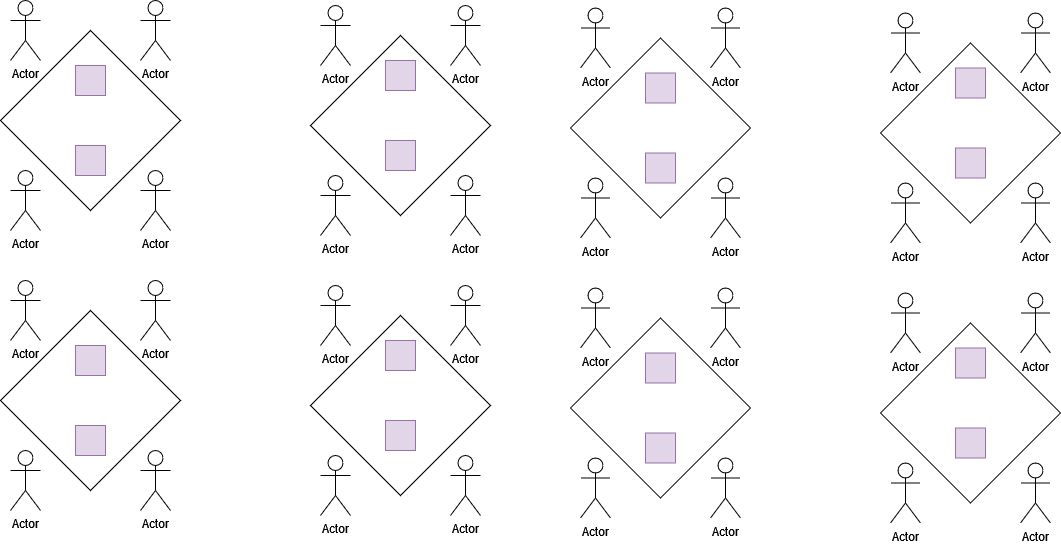
The draw.io diagram venue.drawio.png in Zerofundies/drawio, before a commit. Source tidied: cells renumbered, new cells last; positions are measured from the earlier drawing's top-left corner, leaving out a move shared by most shapes. Its diagram source:
```xml
<mxGraphModel>
  <root>
    <mxCell id="0" />
    <mxCell id="1" parent="0" />
    <mxCell id="2" style="rhombus;whiteSpace=wrap;html=1;" parent="1" vertex="1">
      <mxGeometry y="30" width="180" height="180" as="geometry" />
    </mxCell>
    <mxCell id="3" value="Actor" style="shape=umlActor;verticalLabelPosition=bottom;verticalAlign=top;html=1;" parent="1" vertex="1">
      <mxGeometry x="140" width="30" height="60" as="geometry" />
    </mxCell>
    <mxCell id="4" value="Actor" style="shape=umlActor;verticalLabelPosition=bottom;verticalAlign=top;html=1;" parent="1" vertex="1">
      <mxGeometry x="10" width="30" height="60" as="geometry" />
    </mxCell>
    <mxCell id="5" value="Actor" style="shape=umlActor;verticalLabelPosition=bottom;verticalAlign=top;html=1;" parent="1" vertex="1">
      <mxGeometry x="10" y="170" width="30" height="60" as="geometry" />
    </mxCell>
    <mxCell id="6" value="Actor" style="shape=umlActor;verticalLabelPosition=bottom;verticalAlign=top;html=1;" parent="1" vertex="1">
      <mxGeometry x="140" y="170" width="30" height="60" as="geometry" />
    </mxCell>
    <mxCell id="7" style="rhombus;whiteSpace=wrap;html=1;" parent="1" vertex="1">
      <mxGeometry x="310" y="35" width="180" height="180" as="geometry" />
    </mxCell>
    <mxCell id="8" value="Actor" style="shape=umlActor;verticalLabelPosition=bottom;verticalAlign=top;html=1;" parent="1" vertex="1">
      <mxGeometry x="450" y="5" width="30" height="60" as="geometry" />
    </mxCell>
    <mxCell id="9" value="Actor" style="shape=umlActor;verticalLabelPosition=bottom;verticalAlign=top;html=1;" parent="1" vertex="1">
      <mxGeometry x="320" y="5" width="30" height="60" as="geometry" />
    </mxCell>
    <mxCell id="10" value="Actor" style="shape=umlActor;verticalLabelPosition=bottom;verticalAlign=top;html=1;" parent="1" vertex="1">
      <mxGeometry x="320" y="175" width="30" height="60" as="geometry" />
    </mxCell>
    <mxCell id="11" value="Actor" style="shape=umlActor;verticalLabelPosition=bottom;verticalAlign=top;html=1;" parent="1" vertex="1">
      <mxGeometry x="450" y="175" width="30" height="60" as="geometry" />
    </mxCell>
    <mxCell id="12" style="whiteSpace=wrap;html=1;fillColor=#e1d5e7;strokeColor=#9673a6;" parent="1" vertex="1">
      <mxGeometry x="75" y="65" width="30" height="30" as="geometry" />
    </mxCell>
    <mxCell id="13" style="whiteSpace=wrap;html=1;fillColor=#e1d5e7;strokeColor=#9673a6;" parent="1" vertex="1">
      <mxGeometry x="75" y="145" width="30" height="30" as="geometry" />
    </mxCell>
    <mxCell id="14" style="whiteSpace=wrap;html=1;fillColor=#e1d5e7;strokeColor=#9673a6;" parent="1" vertex="1">
      <mxGeometry x="385" y="140" width="30" height="30" as="geometry" />
    </mxCell>
    <mxCell id="15" style="whiteSpace=wrap;html=1;fillColor=#e1d5e7;strokeColor=#9673a6;" parent="1" vertex="1">
      <mxGeometry x="385" y="60" width="30" height="30" as="geometry" />
    </mxCell>
    <mxCell id="16" style="rhombus;whiteSpace=wrap;html=1;" parent="1" vertex="1">
      <mxGeometry x="570" y="37.5" width="180" height="180" as="geometry" />
    </mxCell>
    <mxCell id="17" value="Actor" style="shape=umlActor;verticalLabelPosition=bottom;verticalAlign=top;html=1;" parent="1" vertex="1">
      <mxGeometry x="710" y="7.5" width="30" height="60" as="geometry" />
    </mxCell>
    <mxCell id="18" value="Actor" style="shape=umlActor;verticalLabelPosition=bottom;verticalAlign=top;html=1;" parent="1" vertex="1">
      <mxGeometry x="580" y="7.5" width="30" height="60" as="geometry" />
    </mxCell>
    <mxCell id="19" value="Actor" style="shape=umlActor;verticalLabelPosition=bottom;verticalAlign=top;html=1;" parent="1" vertex="1">
      <mxGeometry x="580" y="177.5" width="30" height="60" as="geometry" />
    </mxCell>
    <mxCell id="20" value="Actor" style="shape=umlActor;verticalLabelPosition=bottom;verticalAlign=top;html=1;" parent="1" vertex="1">
      <mxGeometry x="710" y="177.5" width="30" height="60" as="geometry" />
    </mxCell>
    <mxCell id="21" style="rhombus;whiteSpace=wrap;html=1;" parent="1" vertex="1">
      <mxGeometry x="880" y="42.5" width="180" height="180" as="geometry" />
    </mxCell>
    <mxCell id="22" value="Actor" style="shape=umlActor;verticalLabelPosition=bottom;verticalAlign=top;html=1;" parent="1" vertex="1">
      <mxGeometry x="1020" y="12.5" width="30" height="60" as="geometry" />
    </mxCell>
    <mxCell id="23" value="Actor" style="shape=umlActor;verticalLabelPosition=bottom;verticalAlign=top;html=1;" parent="1" vertex="1">
      <mxGeometry x="890" y="12.5" width="30" height="60" as="geometry" />
    </mxCell>
    <mxCell id="24" value="Actor" style="shape=umlActor;verticalLabelPosition=bottom;verticalAlign=top;html=1;" parent="1" vertex="1">
      <mxGeometry x="890" y="182.5" width="30" height="60" as="geometry" />
    </mxCell>
    <mxCell id="25" value="Actor" style="shape=umlActor;verticalLabelPosition=bottom;verticalAlign=top;html=1;" parent="1" vertex="1">
      <mxGeometry x="1020" y="182.5" width="30" height="60" as="geometry" />
    </mxCell>
    <mxCell id="26" style="whiteSpace=wrap;html=1;fillColor=#e1d5e7;strokeColor=#9673a6;" parent="1" vertex="1">
      <mxGeometry x="645" y="72.5" width="30" height="30" as="geometry" />
    </mxCell>
    <mxCell id="27" style="whiteSpace=wrap;html=1;fillColor=#e1d5e7;strokeColor=#9673a6;" parent="1" vertex="1">
      <mxGeometry x="645" y="152.5" width="30" height="30" as="geometry" />
    </mxCell>
    <mxCell id="28" style="whiteSpace=wrap;html=1;fillColor=#e1d5e7;strokeColor=#9673a6;" parent="1" vertex="1">
      <mxGeometry x="955" y="147.5" width="30" height="30" as="geometry" />
    </mxCell>
    <mxCell id="29" style="whiteSpace=wrap;html=1;fillColor=#e1d5e7;strokeColor=#9673a6;" parent="1" vertex="1">
      <mxGeometry x="955" y="67.5" width="30" height="30" as="geometry" />
    </mxCell>
    <mxCell id="30" style="rhombus;whiteSpace=wrap;html=1;" parent="1" vertex="1">
      <mxGeometry y="310" width="180" height="180" as="geometry" />
    </mxCell>
    <mxCell id="31" value="Actor" style="shape=umlActor;verticalLabelPosition=bottom;verticalAlign=top;html=1;" parent="1" vertex="1">
      <mxGeometry x="140" y="280" width="30" height="60" as="geometry" />
    </mxCell>
    <mxCell id="32" value="Actor" style="shape=umlActor;verticalLabelPosition=bottom;verticalAlign=top;html=1;" parent="1" vertex="1">
      <mxGeometry x="10" y="280" width="30" height="60" as="geometry" />
    </mxCell>
    <mxCell id="33" value="Actor" style="shape=umlActor;verticalLabelPosition=bottom;verticalAlign=top;html=1;" parent="1" vertex="1">
      <mxGeometry x="10" y="450" width="30" height="60" as="geometry" />
    </mxCell>
    <mxCell id="34" value="Actor" style="shape=umlActor;verticalLabelPosition=bottom;verticalAlign=top;html=1;" parent="1" vertex="1">
      <mxGeometry x="140" y="450" width="30" height="60" as="geometry" />
    </mxCell>
    <mxCell id="35" style="rhombus;whiteSpace=wrap;html=1;" parent="1" vertex="1">
      <mxGeometry x="310" y="315" width="180" height="180" as="geometry" />
    </mxCell>
    <mxCell id="36" value="Actor" style="shape=umlActor;verticalLabelPosition=bottom;verticalAlign=top;html=1;" parent="1" vertex="1">
      <mxGeometry x="450" y="285" width="30" height="60" as="geometry" />
    </mxCell>
    <mxCell id="37" value="Actor" style="shape=umlActor;verticalLabelPosition=bottom;verticalAlign=top;html=1;" parent="1" vertex="1">
      <mxGeometry x="320" y="285" width="30" height="60" as="geometry" />
    </mxCell>
    <mxCell id="38" value="Actor" style="shape=umlActor;verticalLabelPosition=bottom;verticalAlign=top;html=1;" parent="1" vertex="1">
      <mxGeometry x="320" y="455" width="30" height="60" as="geometry" />
    </mxCell>
    <mxCell id="39" value="Actor" style="shape=umlActor;verticalLabelPosition=bottom;verticalAlign=top;html=1;" parent="1" vertex="1">
      <mxGeometry x="450" y="455" width="30" height="60" as="geometry" />
    </mxCell>
    <mxCell id="40" style="whiteSpace=wrap;html=1;fillColor=#e1d5e7;strokeColor=#9673a6;" parent="1" vertex="1">
      <mxGeometry x="75" y="345" width="30" height="30" as="geometry" />
    </mxCell>
    <mxCell id="41" style="whiteSpace=wrap;html=1;fillColor=#e1d5e7;strokeColor=#9673a6;" parent="1" vertex="1">
      <mxGeometry x="75" y="425" width="30" height="30" as="geometry" />
    </mxCell>
    <mxCell id="42" style="whiteSpace=wrap;html=1;fillColor=#e1d5e7;strokeColor=#9673a6;" parent="1" vertex="1">
      <mxGeometry x="385" y="420" width="30" height="30" as="geometry" />
    </mxCell>
    <mxCell id="43" style="whiteSpace=wrap;html=1;fillColor=#e1d5e7;strokeColor=#9673a6;" parent="1" vertex="1">
      <mxGeometry x="385" y="340" width="30" height="30" as="geometry" />
    </mxCell>
    <mxCell id="44" style="rhombus;whiteSpace=wrap;html=1;" parent="1" vertex="1">
      <mxGeometry x="570" y="317.5" width="180" height="180" as="geometry" />
    </mxCell>
    <mxCell id="45" value="Actor" style="shape=umlActor;verticalLabelPosition=bottom;verticalAlign=top;html=1;" parent="1" vertex="1">
      <mxGeometry x="710" y="287.5" width="30" height="60" as="geometry" />
    </mxCell>
    <mxCell id="46" value="Actor" style="shape=umlActor;verticalLabelPosition=bottom;verticalAlign=top;html=1;" parent="1" vertex="1">
      <mxGeometry x="580" y="287.5" width="30" height="60" as="geometry" />
    </mxCell>
    <mxCell id="47" value="Actor" style="shape=umlActor;verticalLabelPosition=bottom;verticalAlign=top;html=1;" parent="1" vertex="1">
      <mxGeometry x="580" y="457.5" width="30" height="60" as="geometry" />
    </mxCell>
    <mxCell id="48" value="Actor" style="shape=umlActor;verticalLabelPosition=bottom;verticalAlign=top;html=1;" parent="1" vertex="1">
      <mxGeometry x="710" y="457.5" width="30" height="60" as="geometry" />
    </mxCell>
    <mxCell id="49" style="rhombus;whiteSpace=wrap;html=1;" parent="1" vertex="1">
      <mxGeometry x="880" y="322.5" width="180" height="180" as="geometry" />
    </mxCell>
    <mxCell id="50" value="Actor" style="shape=umlActor;verticalLabelPosition=bottom;verticalAlign=top;html=1;" parent="1" vertex="1">
      <mxGeometry x="1020" y="292.5" width="30" height="60" as="geometry" />
    </mxCell>
    <mxCell id="51" value="Actor" style="shape=umlActor;verticalLabelPosition=bottom;verticalAlign=top;html=1;" parent="1" vertex="1">
      <mxGeometry x="890" y="292.5" width="30" height="60" as="geometry" />
    </mxCell>
    <mxCell id="52" value="Actor" style="shape=umlActor;verticalLabelPosition=bottom;verticalAlign=top;html=1;" parent="1" vertex="1">
      <mxGeometry x="890" y="462.5" width="30" height="60" as="geometry" />
    </mxCell>
    <mxCell id="53" value="Actor" style="shape=umlActor;verticalLabelPosition=bottom;verticalAlign=top;html=1;" parent="1" vertex="1">
      <mxGeometry x="1020" y="462.5" width="30" height="60" as="geometry" />
    </mxCell>
    <mxCell id="54" style="whiteSpace=wrap;html=1;fillColor=#e1d5e7;strokeColor=#9673a6;" parent="1" vertex="1">
      <mxGeometry x="645" y="352.5" width="30" height="30" as="geometry" />
    </mxCell>
    <mxCell id="55" style="whiteSpace=wrap;html=1;fillColor=#e1d5e7;strokeColor=#9673a6;" parent="1" vertex="1">
      <mxGeometry x="645" y="432.5" width="30" height="30" as="geometry" />
    </mxCell>
    <mxCell id="56" style="whiteSpace=wrap;html=1;fillColor=#e1d5e7;strokeColor=#9673a6;" parent="1" vertex="1">
      <mxGeometry x="955" y="427.5" width="30" height="30" as="geometry" />
    </mxCell>
    <mxCell id="57" style="whiteSpace=wrap;html=1;fillColor=#e1d5e7;strokeColor=#9673a6;" parent="1" vertex="1">
      <mxGeometry x="955" y="347.5" width="30" height="30" as="geometry" />
    </mxCell>
  </root>
</mxGraphModel>
```
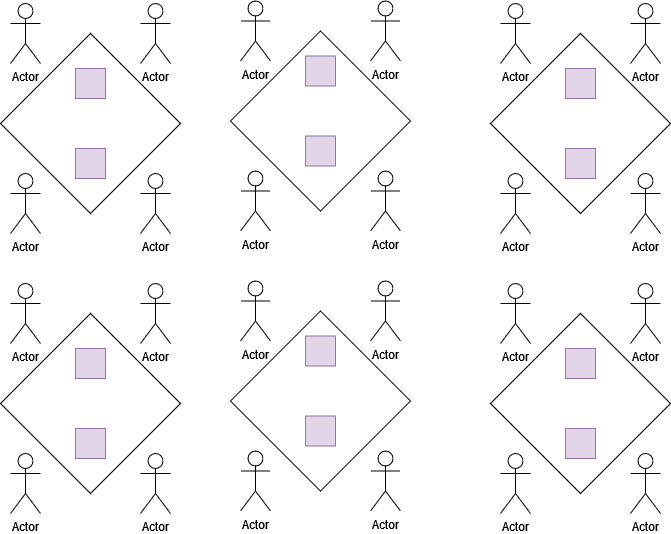
Above is the later version.

The edit, as a diff of the source:
```diff
@@ -3,19 +3,19 @@
     <mxCell id="0" />
     <mxCell id="1" parent="0" />
     <mxCell id="2" style="rhombus;whiteSpace=wrap;html=1;" parent="1" vertex="1">
-      <mxGeometry y="30" width="180" height="180" as="geometry" />
+      <mxGeometry x="80" y="37.5" width="180" height="180" as="geometry" />
     </mxCell>
     <mxCell id="3" value="Actor" style="shape=umlActor;verticalLabelPosition=bottom;verticalAlign=top;html=1;" parent="1" vertex="1">
-      <mxGeometry x="140" width="30" height="60" as="geometry" />
+      <mxGeometry x="220" y="7.5" width="30" height="60" as="geometry" />
     </mxCell>
     <mxCell id="4" value="Actor" style="shape=umlActor;verticalLabelPosition=bottom;verticalAlign=top;html=1;" parent="1" vertex="1">
-      <mxGeometry x="10" width="30" height="60" as="geometry" />
+      <mxGeometry x="90" y="7.5" width="30" height="60" as="geometry" />
     </mxCell>
     <mxCell id="5" value="Actor" style="shape=umlActor;verticalLabelPosition=bottom;verticalAlign=top;html=1;" parent="1" vertex="1">
-      <mxGeometry x="10" y="170" width="30" height="60" as="geometry" />
+      <mxGeometry x="90" y="177.5" width="30" height="60" as="geometry" />
     </mxCell>
     <mxCell id="6" value="Actor" style="shape=umlActor;verticalLabelPosition=bottom;verticalAlign=top;html=1;" parent="1" vertex="1">
-      <mxGeometry x="140" y="170" width="30" height="60" as="geometry" />
+      <mxGeometry x="220" y="177.5" width="30" height="60" as="geometry" />
     </mxCell>
     <mxCell id="7" style="rhombus;whiteSpace=wrap;html=1;" parent="1" vertex="1">
       <mxGeometry x="310" y="35" width="180" height="180" as="geometry" />
@@ -33,10 +33,10 @@
       <mxGeometry x="450" y="175" width="30" height="60" as="geometry" />
     </mxCell>
     <mxCell id="12" style="whiteSpace=wrap;html=1;fillColor=#e1d5e7;strokeColor=#9673a6;" parent="1" vertex="1">
-      <mxGeometry x="75" y="65" width="30" height="30" as="geometry" />
+      <mxGeometry x="155" y="72.5" width="30" height="30" as="geometry" />
     </mxCell>
     <mxCell id="13" style="whiteSpace=wrap;html=1;fillColor=#e1d5e7;strokeColor=#9673a6;" parent="1" vertex="1">
-      <mxGeometry x="75" y="145" width="30" height="30" as="geometry" />
+      <mxGeometry x="155" y="152.5" width="30" height="30" as="geometry" />
     </mxCell>
     <mxCell id="14" style="whiteSpace=wrap;html=1;fillColor=#e1d5e7;strokeColor=#9673a6;" parent="1" vertex="1">
       <mxGeometry x="385" y="140" width="30" height="30" as="geometry" />
@@ -59,47 +59,26 @@
     <mxCell id="20" value="Actor" style="shape=umlActor;verticalLabelPosition=bottom;verticalAlign=top;html=1;" parent="1" vertex="1">
       <mxGeometry x="710" y="177.5" width="30" height="60" as="geometry" />
     </mxCell>
-    <mxCell id="21" style="rhombus;whiteSpace=wrap;html=1;" parent="1" vertex="1">
-      <mxGeometry x="880" y="42.5" width="180" height="180" as="geometry" />
-    </mxCell>
-    <mxCell id="22" value="Actor" style="shape=umlActor;verticalLabelPosition=bottom;verticalAlign=top;html=1;" parent="1" vertex="1">
-      <mxGeometry x="1020" y="12.5" width="30" height="60" as="geometry" />
-    </mxCell>
-    <mxCell id="23" value="Actor" style="shape=umlActor;verticalLabelPosition=bottom;verticalAlign=top;html=1;" parent="1" vertex="1">
-      <mxGeometry x="890" y="12.5" width="30" height="60" as="geometry" />
-    </mxCell>
-    <mxCell id="24" value="Actor" style="shape=umlActor;verticalLabelPosition=bottom;verticalAlign=top;html=1;" parent="1" vertex="1">
-      <mxGeometry x="890" y="182.5" width="30" height="60" as="geometry" />
-    </mxCell>
-    <mxCell id="25" value="Actor" style="shape=umlActor;verticalLabelPosition=bottom;verticalAlign=top;html=1;" parent="1" vertex="1">
-      <mxGeometry x="1020" y="182.5" width="30" height="60" as="geometry" />
-    </mxCell>
     <mxCell id="26" style="whiteSpace=wrap;html=1;fillColor=#e1d5e7;strokeColor=#9673a6;" parent="1" vertex="1">
       <mxGeometry x="645" y="72.5" width="30" height="30" as="geometry" />
     </mxCell>
     <mxCell id="27" style="whiteSpace=wrap;html=1;fillColor=#e1d5e7;strokeColor=#9673a6;" parent="1" vertex="1">
       <mxGeometry x="645" y="152.5" width="30" height="30" as="geometry" />
     </mxCell>
-    <mxCell id="28" style="whiteSpace=wrap;html=1;fillColor=#e1d5e7;strokeColor=#9673a6;" parent="1" vertex="1">
-      <mxGeometry x="955" y="147.5" width="30" height="30" as="geometry" />
-    </mxCell>
-    <mxCell id="29" style="whiteSpace=wrap;html=1;fillColor=#e1d5e7;strokeColor=#9673a6;" parent="1" vertex="1">
-      <mxGeometry x="955" y="67.5" width="30" height="30" as="geometry" />
-    </mxCell>
     <mxCell id="30" style="rhombus;whiteSpace=wrap;html=1;" parent="1" vertex="1">
-      <mxGeometry y="310" width="180" height="180" as="geometry" />
+      <mxGeometry x="80" y="317.5" width="180" height="180" as="geometry" />
     </mxCell>
     <mxCell id="31" value="Actor" style="shape=umlActor;verticalLabelPosition=bottom;verticalAlign=top;html=1;" parent="1" vertex="1">
-      <mxGeometry x="140" y="280" width="30" height="60" as="geometry" />
+      <mxGeometry x="220" y="287.5" width="30" height="60" as="geometry" />
     </mxCell>
     <mxCell id="32" value="Actor" style="shape=umlActor;verticalLabelPosition=bottom;verticalAlign=top;html=1;" parent="1" vertex="1">
-      <mxGeometry x="10" y="280" width="30" height="60" as="geometry" />
+      <mxGeometry x="90" y="287.5" width="30" height="60" as="geometry" />
     </mxCell>
     <mxCell id="33" value="Actor" style="shape=umlActor;verticalLabelPosition=bottom;verticalAlign=top;html=1;" parent="1" vertex="1">
-      <mxGeometry x="10" y="450" width="30" height="60" as="geometry" />
+      <mxGeometry x="90" y="457.5" width="30" height="60" as="geometry" />
     </mxCell>
     <mxCell id="34" value="Actor" style="shape=umlActor;verticalLabelPosition=bottom;verticalAlign=top;html=1;" parent="1" vertex="1">
-      <mxGeometry x="140" y="450" width="30" height="60" as="geometry" />
+      <mxGeometry x="220" y="457.5" width="30" height="60" as="geometry" />
     </mxCell>
     <mxCell id="35" style="rhombus;whiteSpace=wrap;html=1;" parent="1" vertex="1">
       <mxGeometry x="310" y="315" width="180" height="180" as="geometry" />
@@ -117,10 +96,10 @@
       <mxGeometry x="450" y="455" width="30" height="60" as="geometry" />
     </mxCell>
     <mxCell id="40" style="whiteSpace=wrap;html=1;fillColor=#e1d5e7;strokeColor=#9673a6;" parent="1" vertex="1">
-      <mxGeometry x="75" y="345" width="30" height="30" as="geometry" />
+      <mxGeometry x="155" y="352.5" width="30" height="30" as="geometry" />
     </mxCell>
     <mxCell id="41" style="whiteSpace=wrap;html=1;fillColor=#e1d5e7;strokeColor=#9673a6;" parent="1" vertex="1">
-      <mxGeometry x="75" y="425" width="30" height="30" as="geometry" />
+      <mxGeometry x="155" y="432.5" width="30" height="30" as="geometry" />
     </mxCell>
     <mxCell id="42" style="whiteSpace=wrap;html=1;fillColor=#e1d5e7;strokeColor=#9673a6;" parent="1" vertex="1">
       <mxGeometry x="385" y="420" width="30" height="30" as="geometry" />
@@ -143,32 +122,11 @@
     <mxCell id="48" value="Actor" style="shape=umlActor;verticalLabelPosition=bottom;verticalAlign=top;html=1;" parent="1" vertex="1">
       <mxGeometry x="710" y="457.5" width="30" height="60" as="geometry" />
     </mxCell>
-    <mxCell id="49" style="rhombus;whiteSpace=wrap;html=1;" parent="1" vertex="1">
-      <mxGeometry x="880" y="322.5" width="180" height="180" as="geometry" />
-    </mxCell>
-    <mxCell id="50" value="Actor" style="shape=umlActor;verticalLabelPosition=bottom;verticalAlign=top;html=1;" parent="1" vertex="1">
-      <mxGeometry x="1020" y="292.5" width="30" height="60" as="geometry" />
-    </mxCell>
-    <mxCell id="51" value="Actor" style="shape=umlActor;verticalLabelPosition=bottom;verticalAlign=top;html=1;" parent="1" vertex="1">
-      <mxGeometry x="890" y="292.5" width="30" height="60" as="geometry" />
-    </mxCell>
-    <mxCell id="52" value="Actor" style="shape=umlActor;verticalLabelPosition=bottom;verticalAlign=top;html=1;" parent="1" vertex="1">
-      <mxGeometry x="890" y="462.5" width="30" height="60" as="geometry" />
-    </mxCell>
-    <mxCell id="53" value="Actor" style="shape=umlActor;verticalLabelPosition=bottom;verticalAlign=top;html=1;" parent="1" vertex="1">
-      <mxGeometry x="1020" y="462.5" width="30" height="60" as="geometry" />
-    </mxCell>
     <mxCell id="54" style="whiteSpace=wrap;html=1;fillColor=#e1d5e7;strokeColor=#9673a6;" parent="1" vertex="1">
       <mxGeometry x="645" y="352.5" width="30" height="30" as="geometry" />
     </mxCell>
     <mxCell id="55" style="whiteSpace=wrap;html=1;fillColor=#e1d5e7;strokeColor=#9673a6;" parent="1" vertex="1">
       <mxGeometry x="645" y="432.5" width="30" height="30" as="geometry" />
     </mxCell>
-    <mxCell id="56" style="whiteSpace=wrap;html=1;fillColor=#e1d5e7;strokeColor=#9673a6;" parent="1" vertex="1">
-      <mxGeometry x="955" y="427.5" width="30" height="30" as="geometry" />
-    </mxCell>
-    <mxCell id="57" style="whiteSpace=wrap;html=1;fillColor=#e1d5e7;strokeColor=#9673a6;" parent="1" vertex="1">
-      <mxGeometry x="955" y="347.5" width="30" height="30" as="geometry" />
-    </mxCell>
   </root>
 </mxGraphModel>
```
